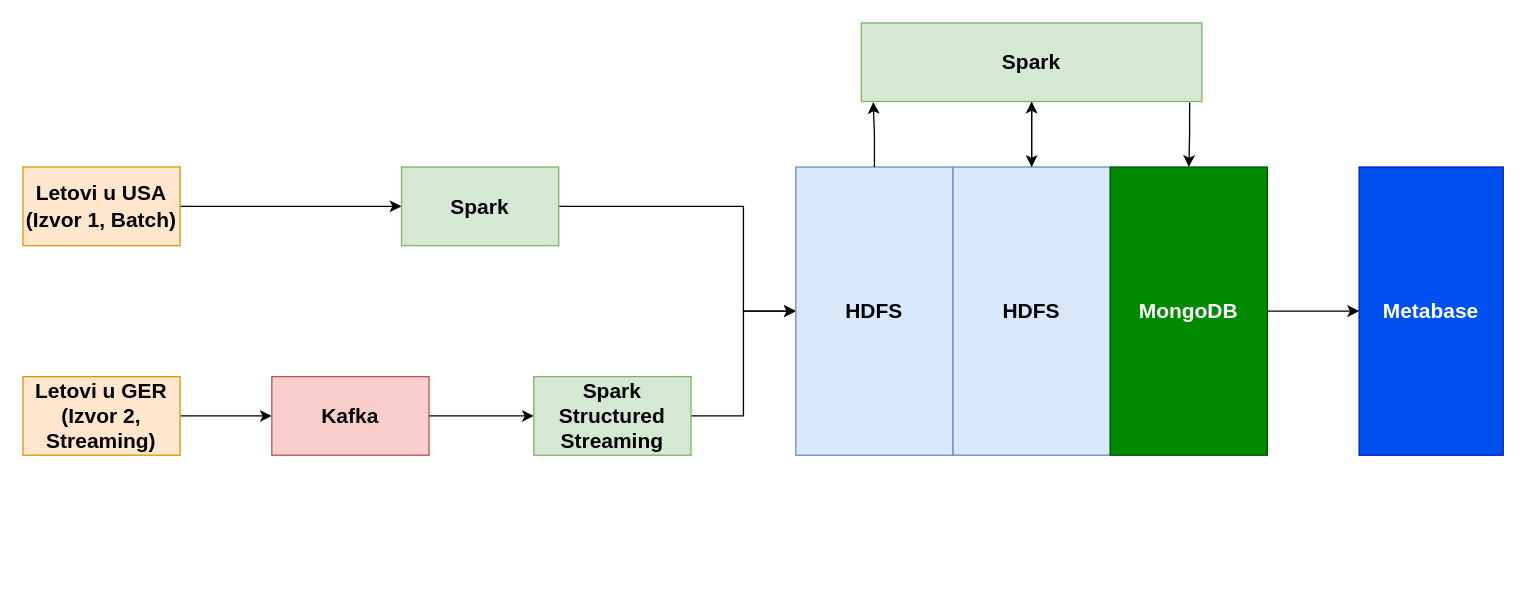
Earlier version of the draw.io diagram diagrams/diagram.drawio (ristic-ac/BD-Flight-Analysis). Source tidied: cells renumbered, new cells numbered last; positions are measured from the earlier drawing's top-left corner, leaving out a move shared by most shapes. Both pictures are drawn from the tidied source at 131%, with x=0, y=0 at pixel (22, 22).
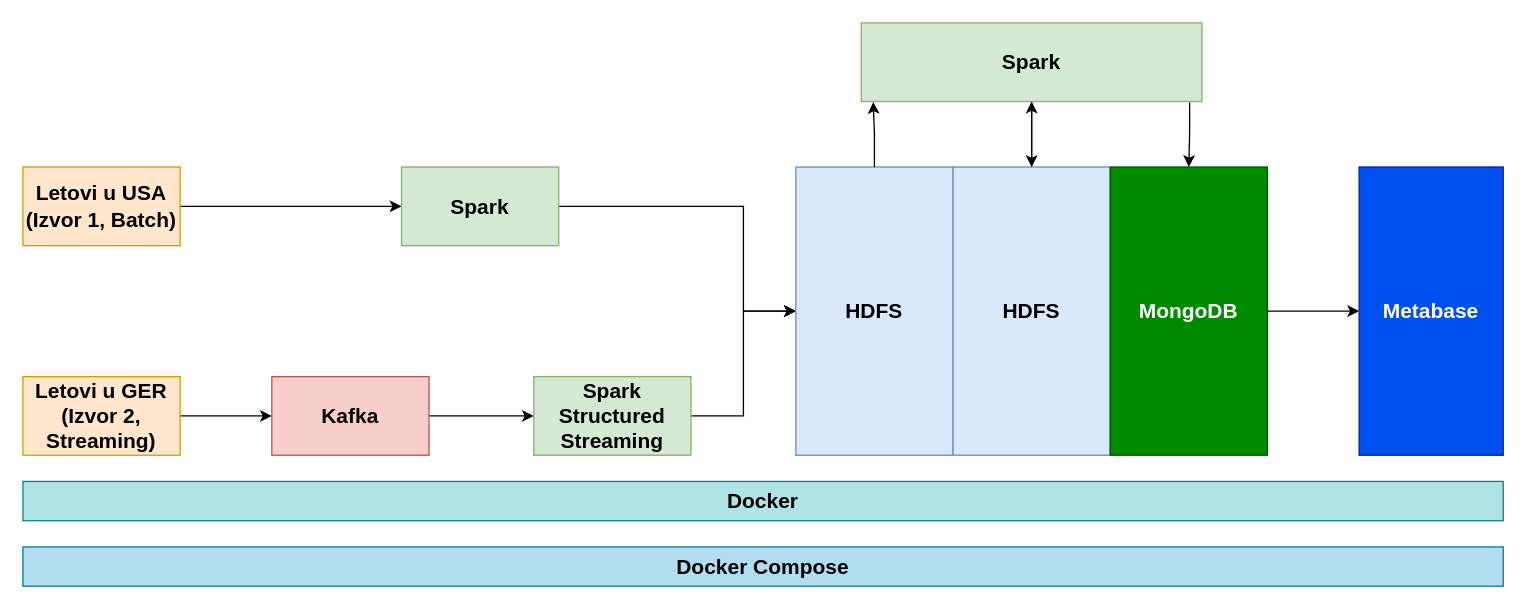
The same diagram, later.

Diff of the diagram source:
```diff
@@
+    <mxCell id="22" value="&lt;div&gt;Docker&lt;/div&gt;" style="rounded=0;whiteSpace=wrap;html=1;fontSize=16;fontStyle=1;fillColor=#b0e3e6;strokeColor=#0e8088;" parent="1" vertex="1">
+      <mxGeometry y="350" width="1130" height="30" as="geometry" />
+    </mxCell>
+    <mxCell id="23" value="&lt;div&gt;Docker Compose&lt;br&gt;&lt;/div&gt;" style="rounded=0;whiteSpace=wrap;html=1;fontSize=16;fontStyle=1;fillColor=#b1ddf0;strokeColor=#10739e;" parent="1" vertex="1">
+      <mxGeometry y="400" width="1130" height="30" as="geometry" />
+    </mxCell>
```
